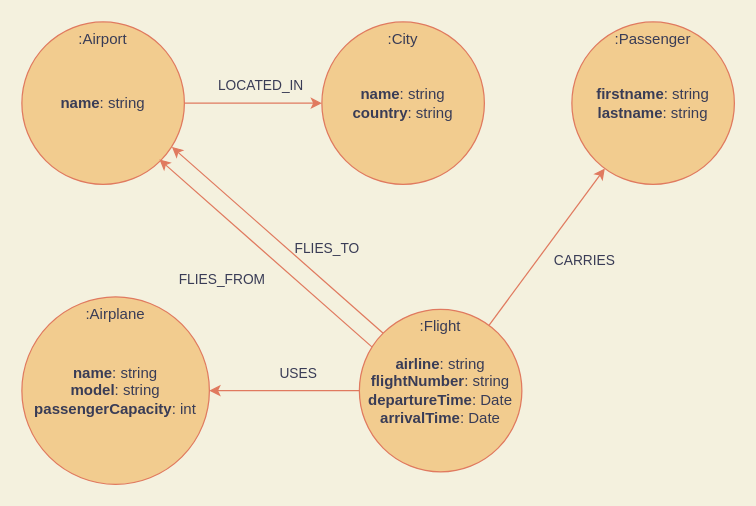
Earlier version of the draw.io diagram Flight Diagram/Flight Diagram.drawio (JonathanXDR/M165). Source tidied: cells renumbered, new cells numbered last; positions are measured from the earlier drawing's top-left corner, leaving out a move shared by most shapes. Both pictures are drawn from the tidied source at 125%, with x=0, y=0 at pixel (21, 21).
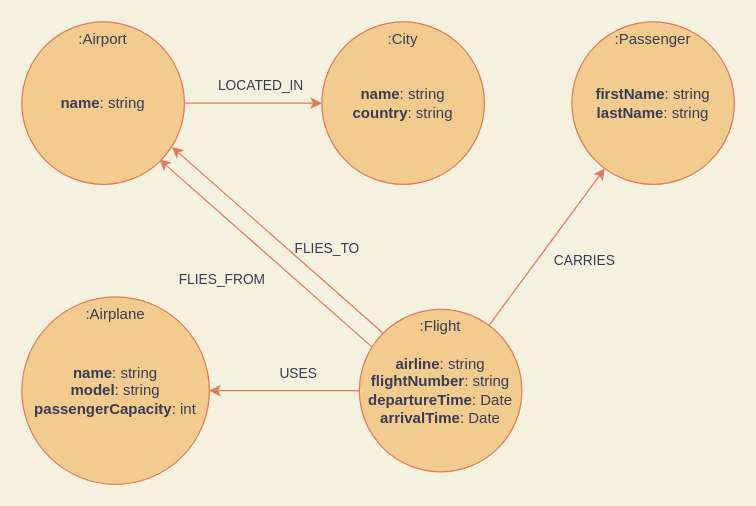
Above is the later version.

The change refers to these unchanged cells:
```xml
<mxCell id="17" style="group;fontColor=#393C56;" parent="1" vertex="1">
  <mxGeometry x="440" width="130" height="130" as="geometry" />
</mxCell>
```

Diff of the diagram source:
```diff
@@
-    <mxCell id="19" value="&lt;b&gt;firstname&lt;/b&gt;: string&lt;br&gt;&lt;b&gt;lastname&lt;/b&gt;: string" style="text;html=1;strokeColor=none;fillColor=none;align=center;verticalAlign=middle;whiteSpace=wrap;rounded=0;fontColor=#393C56;" parent="17" vertex="1">
+    <mxCell id="19" value="&lt;b&gt;firstName&lt;/b&gt;: string&lt;br&gt;&lt;b&gt;lastName&lt;/b&gt;: string" style="text;html=1;strokeColor=none;fillColor=none;align=center;verticalAlign=middle;whiteSpace=wrap;rounded=0;fontColor=#393C56;" parent="17" vertex="1">
       <mxGeometry width="130" height="130" as="geometry" />
     </mxCell>
```
